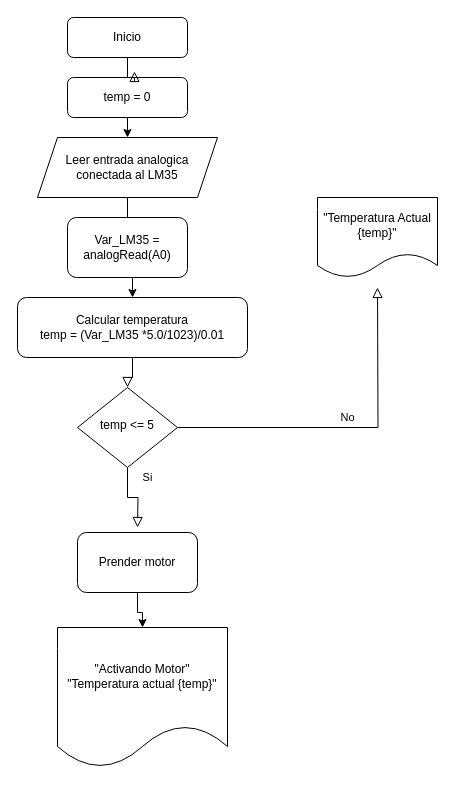
This is Diagrama sin título.drawio from MirandaFrancoCBA/ABPMecatronica, a draw.io file, before an edit. Source tidied: cells renumbered, new cells numbered last; positions are measured from the earlier drawing's top-left corner, leaving out a move shared by most shapes. Both pictures are drawn from the tidied source at 100%, with x=0, y=0 at pixel (17, 17).
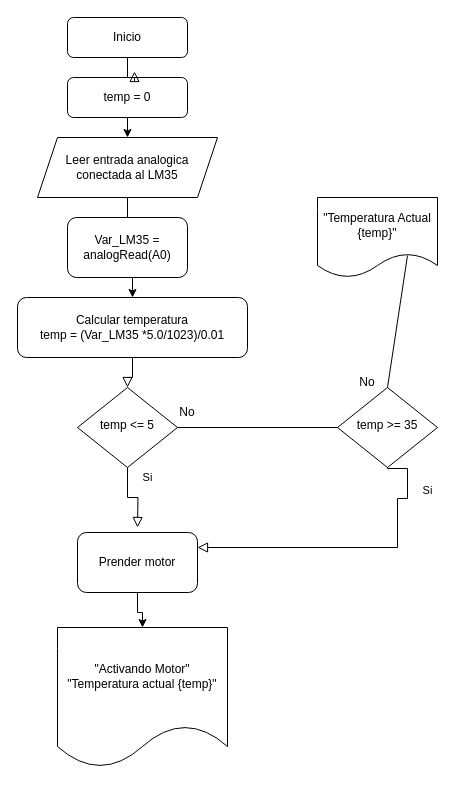
Above is the later version.

The change refers to these unchanged cells:
```xml
<mxCell id="6" value="temp &amp;lt;= 5" style="rhombus;whiteSpace=wrap;html=1;shadow=0;fontFamily=Helvetica;fontSize=12;align=center;strokeWidth=1;spacing=6;spacingTop=-4;" parent="1" vertex="1">
  <mxGeometry x="60" y="370" width="100" height="80" as="geometry" />
</mxCell>
<mxCell id="15" value="Prender motor" style="rounded=1;whiteSpace=wrap;html=1;" parent="1" vertex="1">
  <mxGeometry x="60" y="515" width="120" height="60" as="geometry" />
</mxCell>
<mxCell id="17" value="&quot;Temperatura Actual {temp}&quot;" style="shape=document;whiteSpace=wrap;html=1;boundedLbl=1;" parent="1" vertex="1">
  <mxGeometry x="300" y="180" width="120" height="80" as="geometry" />
</mxCell>
```

Diff of the diagram source:
```diff
@@
-    <mxCell id="5" value="No" style="edgeStyle=orthogonalEdgeStyle;rounded=0;html=1;jettySize=auto;fontSize=11;endArrow=block;endFill=0;endSize=8;strokeWidth=1;shadow=0;labelBackgroundColor=none;" parent="1" edge="1" source="6">
-      <mxGeometry y="10" relative="1" as="geometry">
-        <mxPoint x="360" y="270" as="targetPoint" />
-      </mxGeometry>
-    </mxCell>
@@
+    <mxCell id="18" value="temp &amp;gt;= 35" style="rhombus;whiteSpace=wrap;html=1;shadow=0;fontFamily=Helvetica;fontSize=12;align=center;strokeWidth=1;spacing=6;spacingTop=-4;" parent="1" vertex="1">
+      <mxGeometry x="320" y="370" width="100" height="80" as="geometry" />
+    </mxCell>
+    <mxCell id="19" style="endArrow=none;html=1;rounded=0;exitX=1;exitY=0.5;exitDx=0;exitDy=0;entryX=0;entryY=0.5;entryDx=0;entryDy=0;" parent="1" edge="1" source="6" target="18">
+      <mxGeometry relative="1" as="geometry" />
+    </mxCell>
+    <mxCell id="20" value="No" style="text;html=1;align=center;verticalAlign=middle;whiteSpace=wrap;rounded=0;" parent="1" vertex="1">
+      <mxGeometry x="140" y="380" width="60" height="30" as="geometry" />
+    </mxCell>
+    <mxCell id="21" style="endArrow=none;html=1;rounded=0;exitX=0.5;exitY=0;exitDx=0;exitDy=0;entryX=0.75;entryY=0.725;entryDx=0;entryDy=0;entryPerimeter=0;" parent="1" edge="1" source="18" target="17">
+      <mxGeometry relative="1" as="geometry" />
+    </mxCell>
+    <mxCell id="22" value="No" style="text;html=1;align=center;verticalAlign=middle;whiteSpace=wrap;rounded=0;" parent="1" vertex="1">
+      <mxGeometry x="320" y="350" width="60" height="30" as="geometry" />
+    </mxCell>
+    <mxCell id="23" value="Si" style="rounded=0;html=1;jettySize=auto;fontSize=11;endArrow=block;endFill=0;endSize=8;strokeWidth=1;shadow=0;labelBackgroundColor=none;edgeStyle=orthogonalEdgeStyle;entryX=1;entryY=0.25;entryDx=0;entryDy=0;" parent="1" edge="1" target="15">
+      <mxGeometry x="-0.72" y="20" relative="1" as="geometry">
+        <mxPoint x="370" y="450" as="sourcePoint" />
+        <Array as="points">
+          <mxPoint x="370" y="451" />
+          <mxPoint x="390" y="451" />
+          <mxPoint x="390" y="481" />
+          <mxPoint x="380" y="481" />
+          <mxPoint x="380" y="530" />
+        </Array>
+      </mxGeometry>
+    </mxCell>
```
